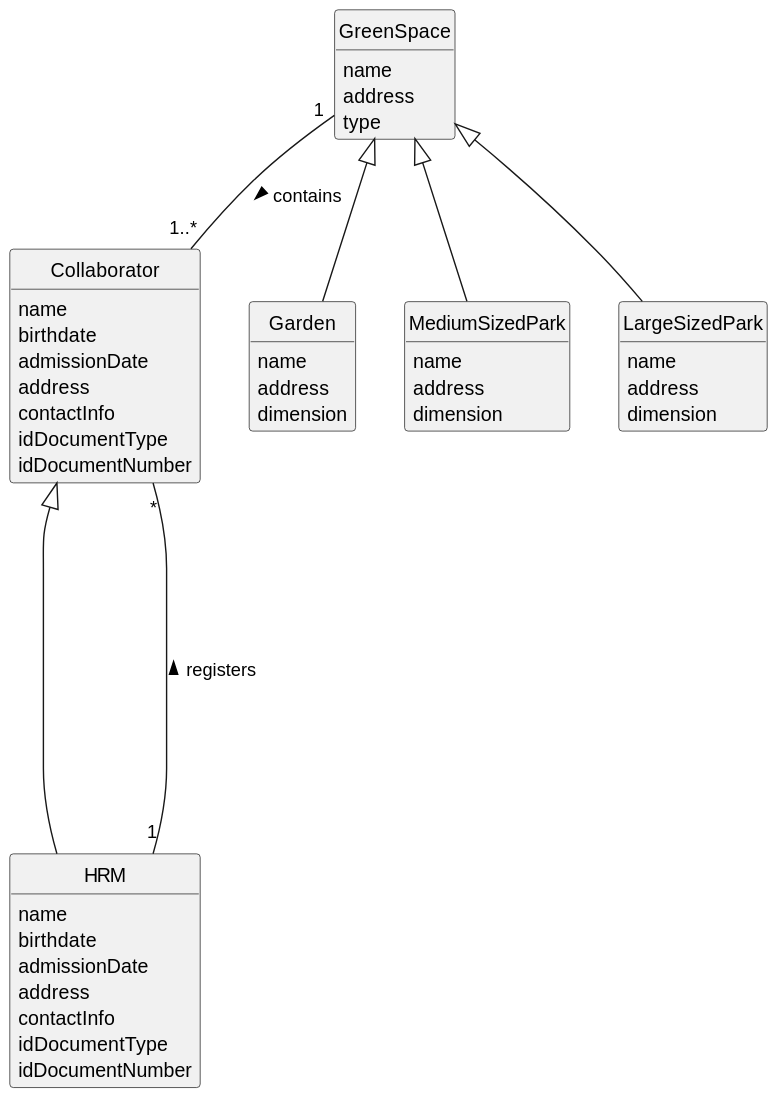
Earlier version of the PlantUML export docs/sprintA/us003/02.analysis/svg/us003-domain-model.svg (diogoveirospro/lei-24-s2-1dg-g072).
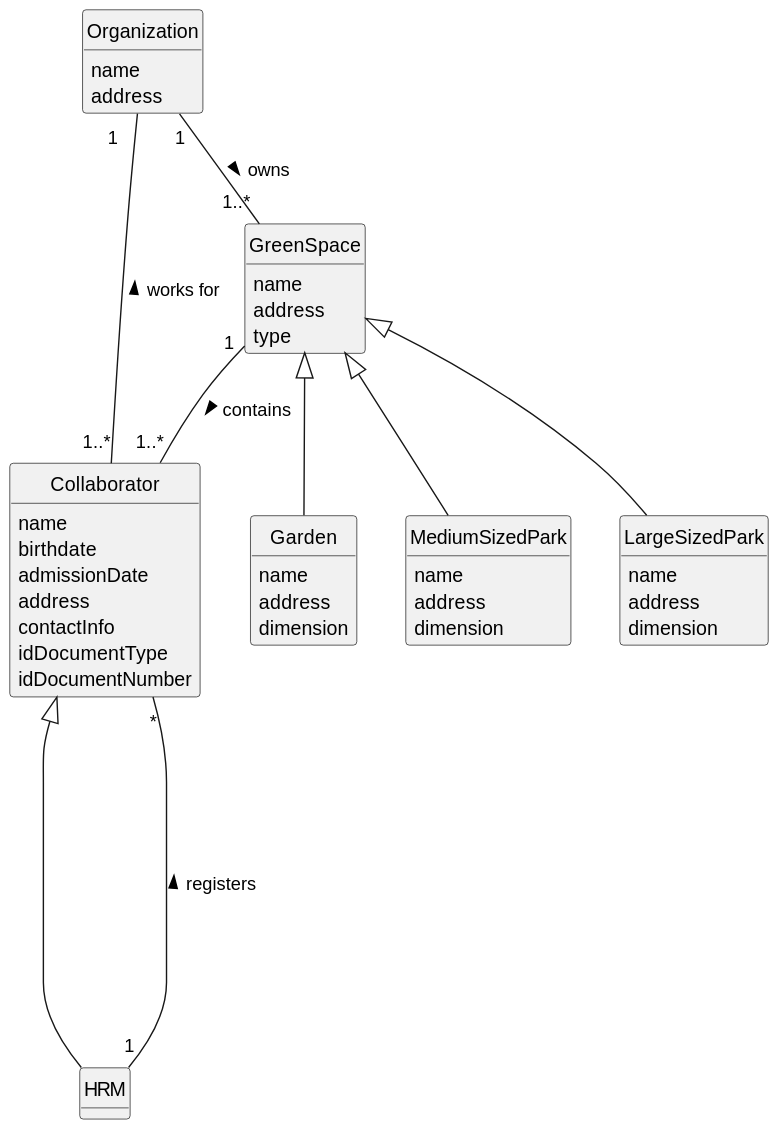
After the change.

The edit, as a diff of the source:
```diff
@@ -19,13 +19,7 @@
 }
 
 class HRM {
-    name
-    birthdate
-    admissionDate
-    address
-    contactInfo
-    idDocumentType
-    idDocumentNumber
+
 }
 class GreenSpace {
     name
@@ -50,7 +44,13 @@
     address
     dimension
 }
+class Organization{
+    name
+    address
+}
 
+Organization "1" -- "1..*" GreenSpace: owns >
+Organization "1   " -- "1..*" Collaborator: works for <
 GreenSpace "1" -- "1..*" Collaborator: contains >
 GreenSpace <|-- Garden
 GreenSpace <|-- MediumSizedPark
```
